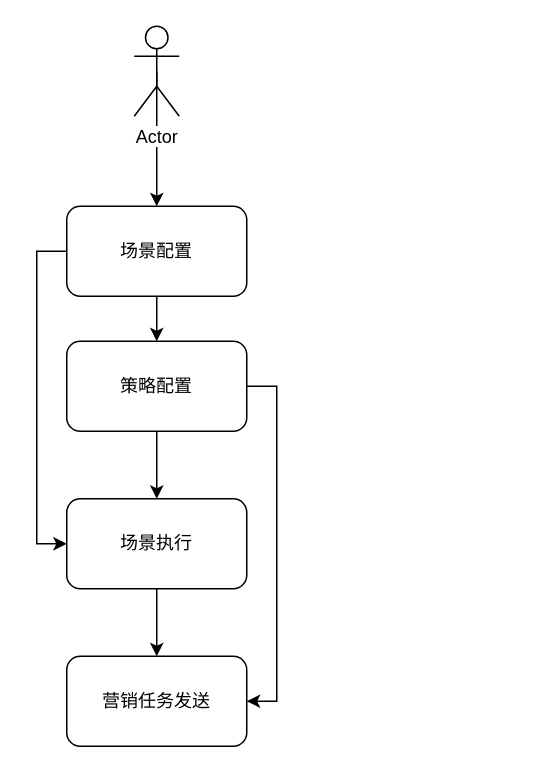
Above: page "第 1 页" (1 of 5) of 技术架构延续.drawio in fengjj/webmarket0.1 (draw.io), before the change. Source tidied: cells renumbered, new cells numbered last; positions are measured from the earlier drawing's top-left corner, leaving out a move shared by most shapes. Both pictures are drawn from the tidied source at 150%, with x=0, y=0 at pixel (66, 26).
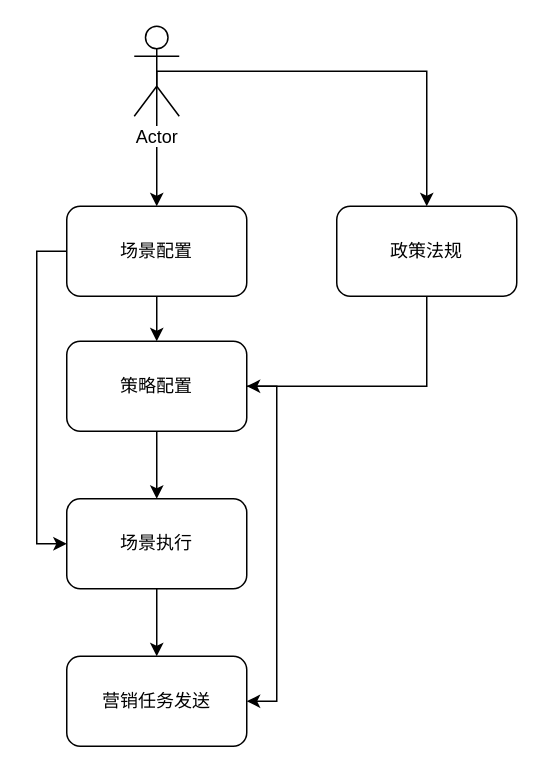
After the change.

Commit message:
更新技术架构延续.drawio

What changed in the source:
```diff
@@
 <mxGraphModel>
   <root>
     <mxCell id="0" />
     <mxCell id="1" parent="0" />
     <mxCell id="2" style="edgeStyle=orthogonalEdgeStyle;rounded=0;jettySize=auto;html=1;exitX=0.5;exitY=1;exitDx=0;exitDy=0;" parent="1" edge="1" source="4" target="7">
       <mxGeometry relative="1" as="geometry" />
     </mxCell>
     <mxCell id="3" style="edgeStyle=orthogonalEdgeStyle;rounded=0;jettySize=auto;html=1;exitX=0;exitY=0.5;exitDx=0;exitDy=0;entryX=0;entryY=0.5;entryDx=0;entryDy=0;" parent="1" edge="1" source="4" target="10">
       <mxGeometry relative="1" as="geometry" />
     </mxCell>
     <mxCell id="4" value="场景配置" style="rounded=1;whiteSpace=wrap;html=1;" parent="1" vertex="1">
       <mxGeometry y="120" width="120" height="60" as="geometry" />
     </mxCell>
     <mxCell id="5" style="edgeStyle=orthogonalEdgeStyle;rounded=0;jettySize=auto;html=1;exitX=0.5;exitY=1;exitDx=0;exitDy=0;" parent="1" edge="1" source="7" target="10">
       <mxGeometry relative="1" as="geometry" />
     </mxCell>
     <mxCell id="6" style="edgeStyle=orthogonalEdgeStyle;rounded=0;jettySize=auto;html=1;exitX=1;exitY=0.5;exitDx=0;exitDy=0;entryX=1;entryY=0.5;entryDx=0;entryDy=0;" parent="1" edge="1" source="7" target="13">
       <mxGeometry relative="1" as="geometry" />
     </mxCell>
     <mxCell id="7" value="策略配置" style="rounded=1;whiteSpace=wrap;html=1;" parent="1" vertex="1">
       <mxGeometry y="210" width="120" height="60" as="geometry" />
     </mxCell>
     <mxCell id="8" style="edgeStyle=orthogonalEdgeStyle;rounded=0;orthogonalLoop=1;jettySize=auto;html=1;exitX=0.5;exitY=1;exitDx=0;exitDy=0;entryX=0.5;entryY=1;entryDx=0;entryDy=0;" parent="1" edge="1">
       <mxGeometry relative="1" as="geometry">
         <mxPoint x="180" y="70" as="sourcePoint" />
         <mxPoint x="180" y="70" as="targetPoint" />
       </mxGeometry>
     </mxCell>
     <mxCell id="9" style="edgeStyle=orthogonalEdgeStyle;rounded=0;jettySize=auto;html=1;exitX=0.5;exitY=1;exitDx=0;exitDy=0;" parent="1" edge="1" source="10" target="13">
       <mxGeometry relative="1" as="geometry" />
     </mxCell>
     <mxCell id="10" value="场景执行" style="rounded=1;whiteSpace=wrap;html=1;" parent="1" vertex="1">
       <mxGeometry y="315" width="120" height="60" as="geometry" />
     </mxCell>
     <mxCell id="11" style="edgeStyle=orthogonalEdgeStyle;rounded=0;jettySize=auto;html=1;exitX=0.5;exitY=0.5;exitDx=0;exitDy=0;exitPerimeter=0;entryX=0.5;entryY=0;entryDx=0;entryDy=0;" parent="1" edge="1" source="12" target="4">
       <mxGeometry relative="1" as="geometry" />
     </mxCell>
+    <mxCell id="14" style="edgeStyle=orthogonalEdgeStyle;rounded=0;jettySize=auto;html=1;exitX=0.5;exitY=0.5;exitDx=0;exitDy=0;exitPerimeter=0;entryX=0.5;entryY=0;entryDx=0;entryDy=0;" parent="1" edge="1" source="12" target="16">
+      <mxGeometry relative="1" as="geometry" />
+    </mxCell>
     <mxCell id="12" value="Actor" style="shape=umlActor;verticalLabelPosition=bottom;labelBackgroundColor=#ffffff;verticalAlign=top;html=1;outlineConnect=0;" parent="1" vertex="1">
       <mxGeometry x="45" width="30" height="60" as="geometry" />
     </mxCell>
     <mxCell id="13" value="营销任务发送" style="rounded=1;whiteSpace=wrap;html=1;" parent="1" vertex="1">
       <mxGeometry y="420" width="120" height="60" as="geometry" />
     </mxCell>
+    <mxCell id="15" style="edgeStyle=orthogonalEdgeStyle;rounded=0;jettySize=auto;html=1;exitX=0.5;exitY=1;exitDx=0;exitDy=0;entryX=1;entryY=0.5;entryDx=0;entryDy=0;" parent="1" edge="1" source="16" target="7">
+      <mxGeometry relative="1" as="geometry" />
+    </mxCell>
+    <mxCell id="16" value="政策法规" style="rounded=1;whiteSpace=wrap;html=1;" parent="1" vertex="1">
+      <mxGeometry x="180" y="120" width="120" height="60" as="geometry" />
+    </mxCell>
   </root>
 </mxGraphModel>
```
